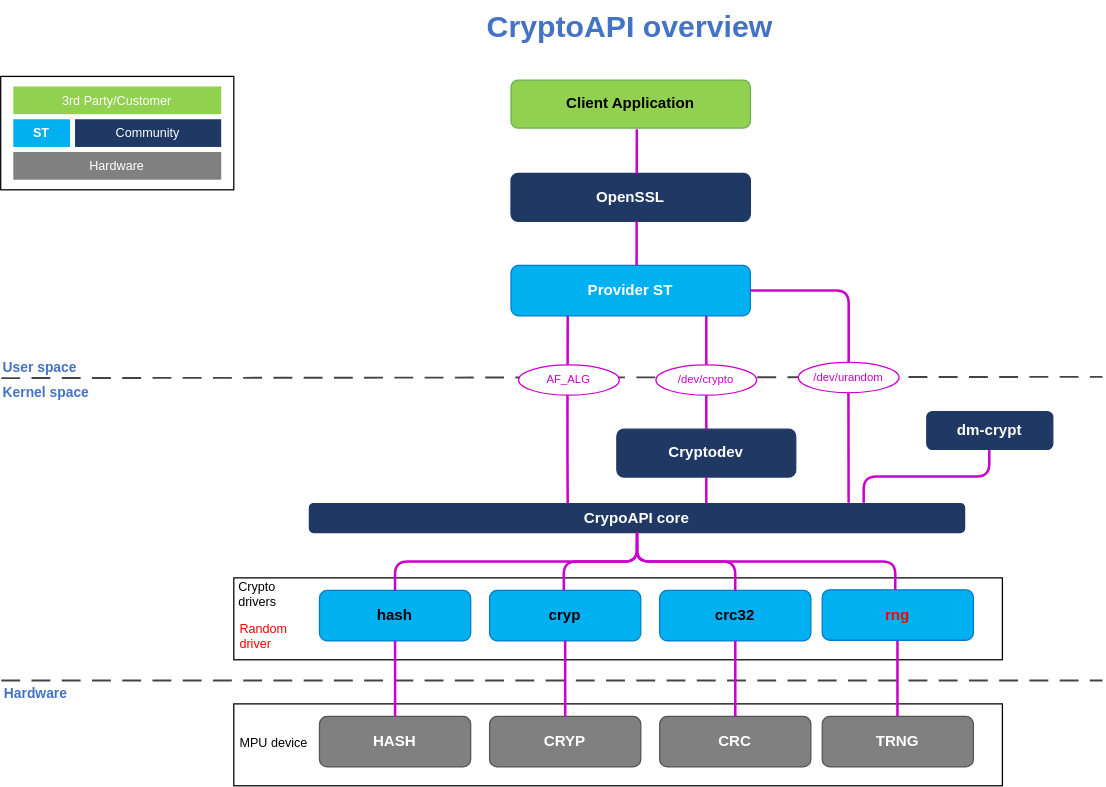
Earlier version of the draw.io export images/drawio.svg (mxvxzzz/stm32-provider). Source tidied: cells renumbered, new cells last; positions are measured from the earlier drawing's top-left corner, leaving out a move shared by most shapes.
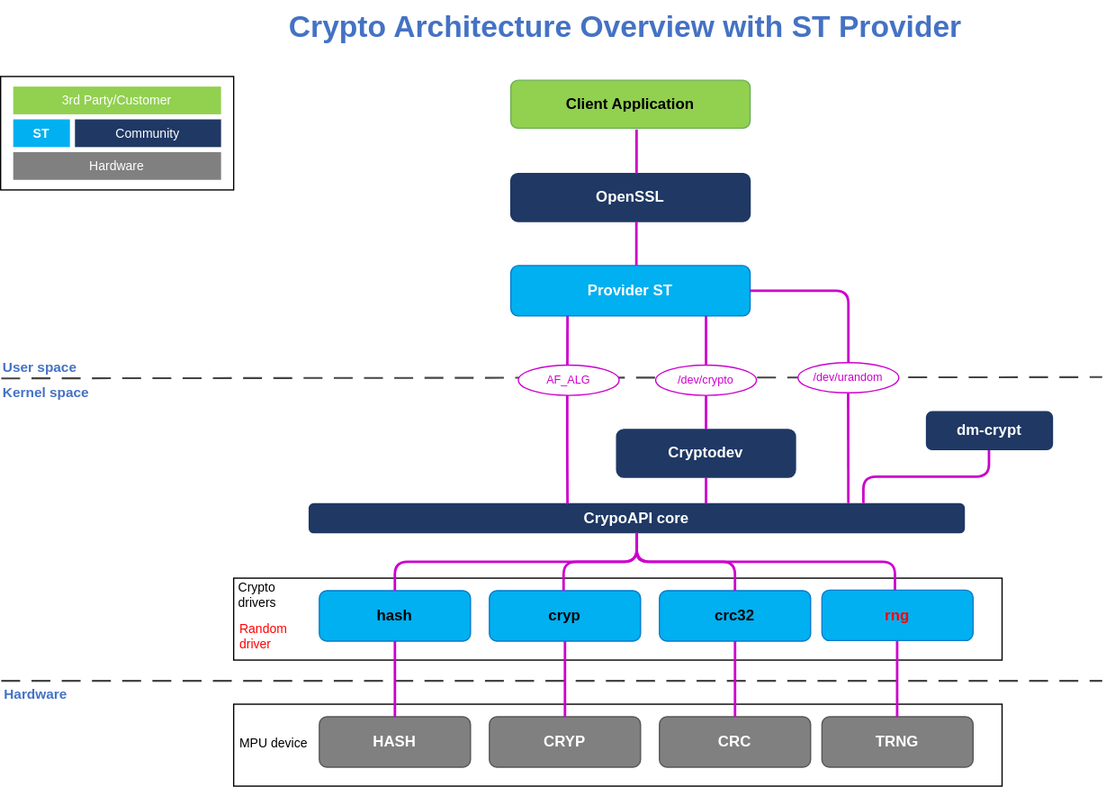
The same file after the commit.

Change to the diagram source:
```diff
@@ -2,7 +2,7 @@
   <root>
     <mxCell id="0" />
     <mxCell id="1" parent="0" />
-    <mxCell id="2" value="CryptoAPI overview" style="text;html=1;fontSize=24;fontColor=#4472C4;fontStyle=1;align=center;" parent="1" vertex="1">
+    <mxCell id="2" value="Crypto Architecture Overview&amp;nbsp;with ST Provider&amp;nbsp;" style="text;html=1;fontSize=24;fontColor=#4472C4;fontStyle=1;align=center;" parent="1" vertex="1">
       <mxGeometry x="309" width="380" height="38" as="geometry" />
     </mxCell>
     <mxCell id="3" style="rounded=0;whiteSpace=wrap;html=1;fillColor=none;strokeColor=#000000;" parent="1" vertex="1">
```
